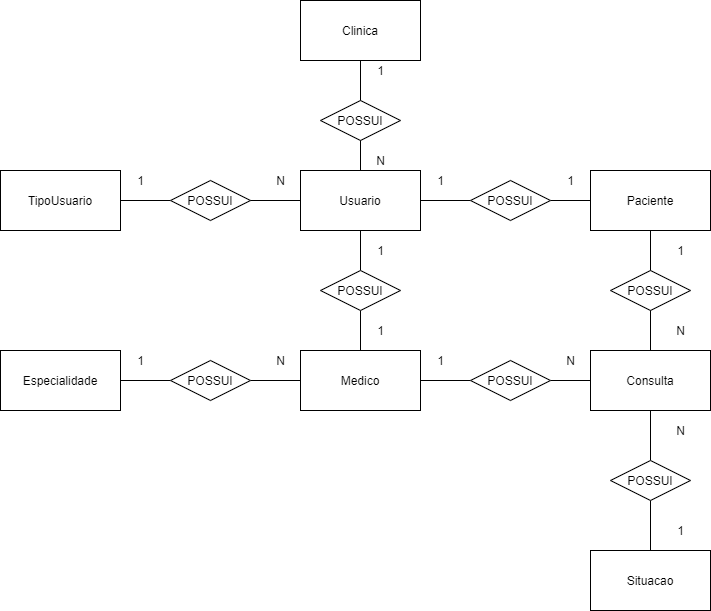
Before: Modelagem/modelagem-spmedicalgroup-Conceitual.png, a diagram exported from draw.io (flavio-pires/senai_spmedgroup_sprint1_bd_manha_flavio_pires). Source tidied: cells renumbered, new cells last; positions are measured from the earlier drawing's top-left corner, leaving out a move shared by most shapes. The source it was exported from:
```xml
<mxGraphModel>
  <root>
    <mxCell id="0" />
    <mxCell id="1" parent="0" />
    <mxCell id="2" style="edgeStyle=orthogonalEdgeStyle;rounded=0;jettySize=auto;html=1;endArrow=none;endFill=0;" parent="1" edge="1" source="3" target="26">
      <mxGeometry relative="1" as="geometry" />
    </mxCell>
    <mxCell id="3" value="TipoUsuario" style="rounded=0;whiteSpace=wrap;html=1;" parent="1" vertex="1">
      <mxGeometry y="170" width="120" height="60" as="geometry" />
    </mxCell>
    <mxCell id="4" style="edgeStyle=orthogonalEdgeStyle;rounded=0;jettySize=auto;html=1;endArrow=none;endFill=0;" parent="1" edge="1" source="5" target="32">
      <mxGeometry relative="1" as="geometry" />
    </mxCell>
    <mxCell id="5" value="Paciente" style="rounded=0;whiteSpace=wrap;html=1;" parent="1" vertex="1">
      <mxGeometry x="590" y="170" width="120" height="60" as="geometry" />
    </mxCell>
    <mxCell id="6" style="edgeStyle=orthogonalEdgeStyle;rounded=0;jettySize=auto;html=1;endArrow=none;endFill=0;" parent="1" edge="1" source="8" target="10">
      <mxGeometry relative="1" as="geometry" />
    </mxCell>
    <mxCell id="7" style="edgeStyle=orthogonalEdgeStyle;rounded=0;jettySize=auto;html=1;endArrow=none;endFill=0;" parent="1" edge="1" source="8" target="15">
      <mxGeometry relative="1" as="geometry" />
    </mxCell>
    <mxCell id="8" value="Medico" style="rounded=0;whiteSpace=wrap;html=1;" parent="1" vertex="1">
      <mxGeometry x="300" y="350" width="120" height="60" as="geometry" />
    </mxCell>
    <mxCell id="9" style="edgeStyle=orthogonalEdgeStyle;rounded=0;jettySize=auto;html=1;endArrow=none;endFill=0;" parent="1" edge="1" source="10" target="31">
      <mxGeometry relative="1" as="geometry" />
    </mxCell>
    <mxCell id="10" value="POSSUI" style="rhombus;whiteSpace=wrap;html=1;" parent="1" vertex="1">
      <mxGeometry x="170" y="360" width="80" height="40" as="geometry" />
    </mxCell>
    <mxCell id="11" style="edgeStyle=orthogonalEdgeStyle;rounded=0;jettySize=auto;html=1;endArrow=none;endFill=0;" parent="1" edge="1" source="14" target="15">
      <mxGeometry relative="1" as="geometry" />
    </mxCell>
    <mxCell id="12" style="edgeStyle=orthogonalEdgeStyle;rounded=0;jettySize=auto;html=1;endArrow=none;endFill=0;" parent="1" edge="1" source="14">
      <mxGeometry relative="1" as="geometry">
        <mxPoint x="650" y="260" as="targetPoint" />
      </mxGeometry>
    </mxCell>
    <mxCell id="13" style="edgeStyle=orthogonalEdgeStyle;rounded=0;jettySize=auto;html=1;endArrow=none;endFill=0;" parent="1" edge="1" source="14" target="47">
      <mxGeometry relative="1" as="geometry" />
    </mxCell>
    <mxCell id="14" value="Consulta" style="rounded=0;whiteSpace=wrap;html=1;" parent="1" vertex="1">
      <mxGeometry x="590" y="350" width="120" height="60" as="geometry" />
    </mxCell>
    <mxCell id="15" value="POSSUI" style="rhombus;whiteSpace=wrap;html=1;" parent="1" vertex="1">
      <mxGeometry x="470" y="360" width="80" height="40" as="geometry" />
    </mxCell>
    <mxCell id="16" style="edgeStyle=orthogonalEdgeStyle;rounded=0;jettySize=auto;html=1;endArrow=none;endFill=0;" parent="1" edge="1" source="19">
      <mxGeometry relative="1" as="geometry">
        <mxPoint x="360" y="90" as="targetPoint" />
      </mxGeometry>
    </mxCell>
    <mxCell id="17" style="edgeStyle=orthogonalEdgeStyle;rounded=0;jettySize=auto;html=1;endArrow=none;endFill=0;" parent="1" edge="1" source="19" target="28">
      <mxGeometry relative="1" as="geometry" />
    </mxCell>
    <mxCell id="18" style="edgeStyle=orthogonalEdgeStyle;rounded=0;jettySize=auto;html=1;endArrow=none;endFill=0;" parent="1" edge="1" source="19" target="30">
      <mxGeometry relative="1" as="geometry" />
    </mxCell>
    <mxCell id="19" value="Usuario" style="rounded=0;whiteSpace=wrap;html=1;" parent="1" vertex="1">
      <mxGeometry x="300" y="170" width="120" height="60" as="geometry" />
    </mxCell>
    <mxCell id="20" style="edgeStyle=orthogonalEdgeStyle;rounded=0;jettySize=auto;html=1;endArrow=none;endFill=0;" parent="1" edge="1" source="21" target="22">
      <mxGeometry relative="1" as="geometry" />
    </mxCell>
    <mxCell id="21" value="Clinica" style="rounded=0;whiteSpace=wrap;html=1;" parent="1" vertex="1">
      <mxGeometry x="300" width="120" height="60" as="geometry" />
    </mxCell>
    <mxCell id="22" value="POSSUI" style="rhombus;whiteSpace=wrap;html=1;" parent="1" vertex="1">
      <mxGeometry x="320" y="100" width="80" height="40" as="geometry" />
    </mxCell>
    <mxCell id="23" value="1" style="text;html=1;align=center;verticalAlign=middle;" parent="1" vertex="1">
      <mxGeometry x="370" y="60" width="20" height="20" as="geometry" />
    </mxCell>
    <mxCell id="24" value="N" style="text;html=1;align=center;verticalAlign=middle;" parent="1" vertex="1">
      <mxGeometry x="370" y="150" width="20" height="20" as="geometry" />
    </mxCell>
    <mxCell id="25" style="edgeStyle=orthogonalEdgeStyle;rounded=0;jettySize=auto;html=1;endArrow=none;endFill=0;" parent="1" edge="1" source="26" target="19">
      <mxGeometry relative="1" as="geometry" />
    </mxCell>
    <mxCell id="26" value="POSSUI" style="rhombus;whiteSpace=wrap;html=1;" parent="1" vertex="1">
      <mxGeometry x="170" y="180" width="80" height="40" as="geometry" />
    </mxCell>
    <mxCell id="27" style="edgeStyle=orthogonalEdgeStyle;rounded=0;jettySize=auto;html=1;endArrow=none;endFill=0;" parent="1" edge="1" source="28" target="8">
      <mxGeometry relative="1" as="geometry" />
    </mxCell>
    <mxCell id="28" value="POSSUI" style="rhombus;whiteSpace=wrap;html=1;" parent="1" vertex="1">
      <mxGeometry x="320" y="270" width="80" height="40" as="geometry" />
    </mxCell>
    <mxCell id="29" style="edgeStyle=orthogonalEdgeStyle;rounded=0;jettySize=auto;html=1;endArrow=none;endFill=0;" parent="1" edge="1" source="30" target="5">
      <mxGeometry relative="1" as="geometry" />
    </mxCell>
    <mxCell id="30" value="POSSUI" style="rhombus;whiteSpace=wrap;html=1;" parent="1" vertex="1">
      <mxGeometry x="470" y="180" width="80" height="40" as="geometry" />
    </mxCell>
    <mxCell id="31" value="Especialidade" style="rounded=0;whiteSpace=wrap;html=1;" parent="1" vertex="1">
      <mxGeometry y="350" width="120" height="60" as="geometry" />
    </mxCell>
    <mxCell id="32" value="POSSUI" style="rhombus;whiteSpace=wrap;html=1;" parent="1" vertex="1">
      <mxGeometry x="610" y="270" width="80" height="40" as="geometry" />
    </mxCell>
    <mxCell id="33" value="1" style="text;html=1;align=center;verticalAlign=middle;" parent="1" vertex="1">
      <mxGeometry x="130" y="170" width="20" height="20" as="geometry" />
    </mxCell>
    <mxCell id="34" value="N" style="text;html=1;align=center;verticalAlign=middle;" parent="1" vertex="1">
      <mxGeometry x="270" y="170" width="20" height="20" as="geometry" />
    </mxCell>
    <mxCell id="35" value="1" style="text;html=1;align=center;verticalAlign=middle;" parent="1" vertex="1">
      <mxGeometry x="130" y="350" width="20" height="20" as="geometry" />
    </mxCell>
    <mxCell id="36" value="N" style="text;html=1;align=center;verticalAlign=middle;" parent="1" vertex="1">
      <mxGeometry x="270" y="350" width="20" height="20" as="geometry" />
    </mxCell>
    <mxCell id="37" value="1" style="text;html=1;align=center;verticalAlign=middle;" parent="1" vertex="1">
      <mxGeometry x="370" y="240" width="20" height="20" as="geometry" />
    </mxCell>
    <mxCell id="38" value="1" style="text;html=1;align=center;verticalAlign=middle;" parent="1" vertex="1">
      <mxGeometry x="560" y="170" width="20" height="20" as="geometry" />
    </mxCell>
    <mxCell id="39" value="1" style="text;html=1;align=center;verticalAlign=middle;" parent="1" vertex="1">
      <mxGeometry x="370" y="320" width="20" height="20" as="geometry" />
    </mxCell>
    <mxCell id="40" value="1" style="text;html=1;align=center;verticalAlign=middle;" parent="1" vertex="1">
      <mxGeometry x="430" y="350" width="20" height="20" as="geometry" />
    </mxCell>
    <mxCell id="41" value="N" style="text;html=1;align=center;verticalAlign=middle;" parent="1" vertex="1">
      <mxGeometry x="560" y="350" width="20" height="20" as="geometry" />
    </mxCell>
    <mxCell id="42" value="1" style="text;html=1;align=center;verticalAlign=middle;" parent="1" vertex="1">
      <mxGeometry x="430" y="170" width="20" height="20" as="geometry" />
    </mxCell>
    <mxCell id="43" value="1" style="text;html=1;align=center;verticalAlign=middle;" parent="1" vertex="1">
      <mxGeometry x="670" y="240" width="20" height="20" as="geometry" />
    </mxCell>
    <mxCell id="44" value="N" style="text;html=1;align=center;verticalAlign=middle;" parent="1" vertex="1">
      <mxGeometry x="670" y="320" width="20" height="20" as="geometry" />
    </mxCell>
    <mxCell id="45" value="Situacao" style="rounded=0;whiteSpace=wrap;html=1;" parent="1" vertex="1">
      <mxGeometry x="590" y="550" width="120" height="60" as="geometry" />
    </mxCell>
    <mxCell id="46" style="edgeStyle=orthogonalEdgeStyle;rounded=0;jettySize=auto;html=1;endArrow=none;endFill=0;" parent="1" edge="1" source="47" target="45">
      <mxGeometry relative="1" as="geometry" />
    </mxCell>
    <mxCell id="47" value="POSSUI" style="rhombus;whiteSpace=wrap;html=1;" parent="1" vertex="1">
      <mxGeometry x="610" y="460" width="80" height="40" as="geometry" />
    </mxCell>
    <mxCell id="48" value="1" style="text;html=1;align=center;verticalAlign=middle;" parent="1" vertex="1">
      <mxGeometry x="670" y="520" width="20" height="20" as="geometry" />
    </mxCell>
    <mxCell id="49" value="N" style="text;html=1;align=center;verticalAlign=middle;" parent="1" vertex="1">
      <mxGeometry x="670" y="420" width="20" height="20" as="geometry" />
    </mxCell>
  </root>
</mxGraphModel>
```
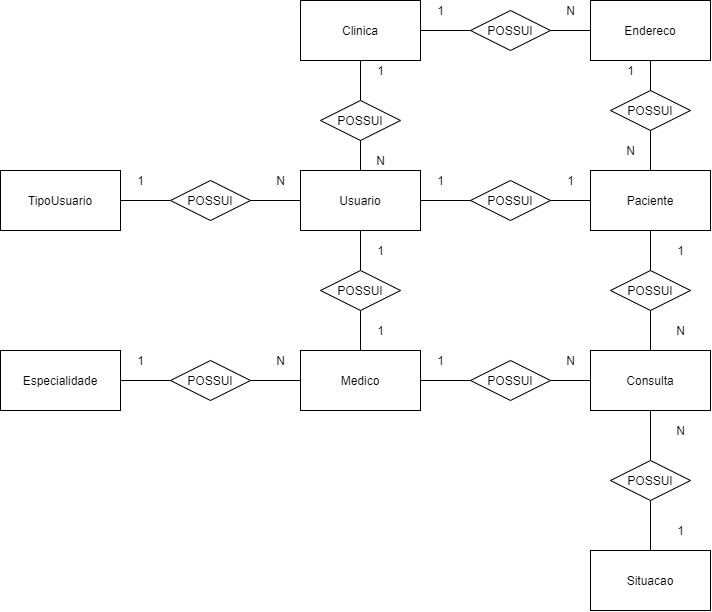
Above is the later version.

The edit, as a diff of the source:
```diff
@@ -63,6 +63,9 @@
     <mxCell id="20" style="edgeStyle=orthogonalEdgeStyle;rounded=0;jettySize=auto;html=1;endArrow=none;endFill=0;" parent="1" edge="1" source="21" target="22">
       <mxGeometry relative="1" as="geometry" />
     </mxCell>
+    <mxCell id="50" style="edgeStyle=orthogonalEdgeStyle;rounded=0;jettySize=auto;html=1;endArrow=none;endFill=0;" parent="1" edge="1" source="21" target="56">
+      <mxGeometry relative="1" as="geometry" />
+    </mxCell>
     <mxCell id="21" value="Clinica" style="rounded=0;whiteSpace=wrap;html=1;" parent="1" vertex="1">
       <mxGeometry x="300" width="120" height="60" as="geometry" />
     </mxCell>
@@ -150,5 +153,37 @@
     <mxCell id="49" value="N" style="text;html=1;align=center;verticalAlign=middle;" parent="1" vertex="1">
       <mxGeometry x="670" y="420" width="20" height="20" as="geometry" />
     </mxCell>
+    <mxCell id="51" style="edgeStyle=orthogonalEdgeStyle;rounded=0;jettySize=auto;html=1;endArrow=none;endFill=0;" parent="1" edge="1" source="53" target="56">
+      <mxGeometry relative="1" as="geometry" />
+    </mxCell>
+    <mxCell id="52" style="edgeStyle=orthogonalEdgeStyle;rounded=0;jettySize=auto;html=1;endArrow=none;endFill=0;" parent="1" edge="1" source="53">
+      <mxGeometry relative="1" as="geometry">
+        <mxPoint x="650" y="140" as="targetPoint" />
+      </mxGeometry>
+    </mxCell>
+    <mxCell id="53" value="Endereco" style="rounded=0;whiteSpace=wrap;html=1;" parent="1" vertex="1">
+      <mxGeometry x="590" width="120" height="60" as="geometry" />
+    </mxCell>
+    <mxCell id="54" style="edgeStyle=orthogonalEdgeStyle;rounded=0;jettySize=auto;html=1;endArrow=none;endFill=0;" parent="1" edge="1" source="55" target="5">
+      <mxGeometry relative="1" as="geometry" />
+    </mxCell>
+    <mxCell id="55" value="POSSUI" style="rhombus;whiteSpace=wrap;html=1;" parent="1" vertex="1">
+      <mxGeometry x="610" y="90" width="80" height="40" as="geometry" />
+    </mxCell>
+    <mxCell id="56" value="POSSUI" style="rhombus;whiteSpace=wrap;html=1;" parent="1" vertex="1">
+      <mxGeometry x="470" y="10" width="80" height="40" as="geometry" />
+    </mxCell>
+    <mxCell id="57" value="1" style="text;html=1;align=center;verticalAlign=middle;" parent="1" vertex="1">
+      <mxGeometry x="430" width="20" height="20" as="geometry" />
+    </mxCell>
+    <mxCell id="58" value="N" style="text;html=1;align=center;verticalAlign=middle;" parent="1" vertex="1">
+      <mxGeometry x="560" width="20" height="20" as="geometry" />
+    </mxCell>
+    <mxCell id="59" value="1" style="text;html=1;align=center;verticalAlign=middle;" parent="1" vertex="1">
+      <mxGeometry x="620" y="60" width="20" height="20" as="geometry" />
+    </mxCell>
+    <mxCell id="60" value="N" style="text;html=1;align=center;verticalAlign=middle;" parent="1" vertex="1">
+      <mxGeometry x="620" y="140" width="20" height="20" as="geometry" />
+    </mxCell>
   </root>
 </mxGraphModel>
```
